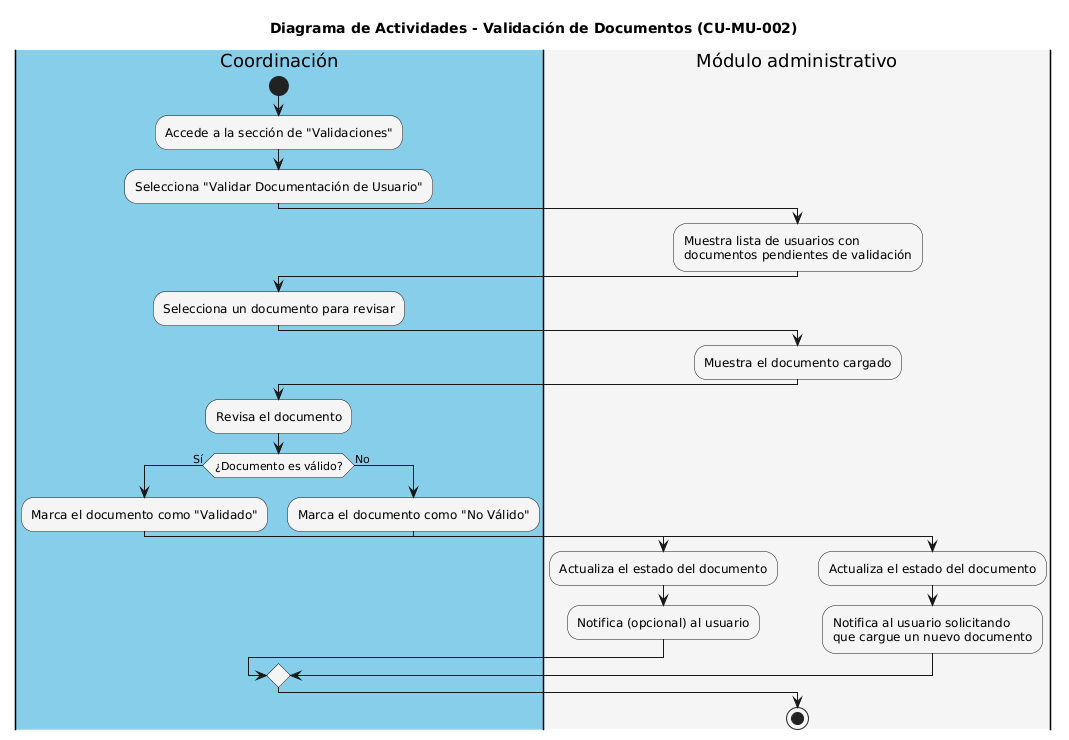
Above: img/CU-MU-002_Validacion_Documentos.png in iKinoo/baby-salesforce-admin-module (PlantUML), before the change.
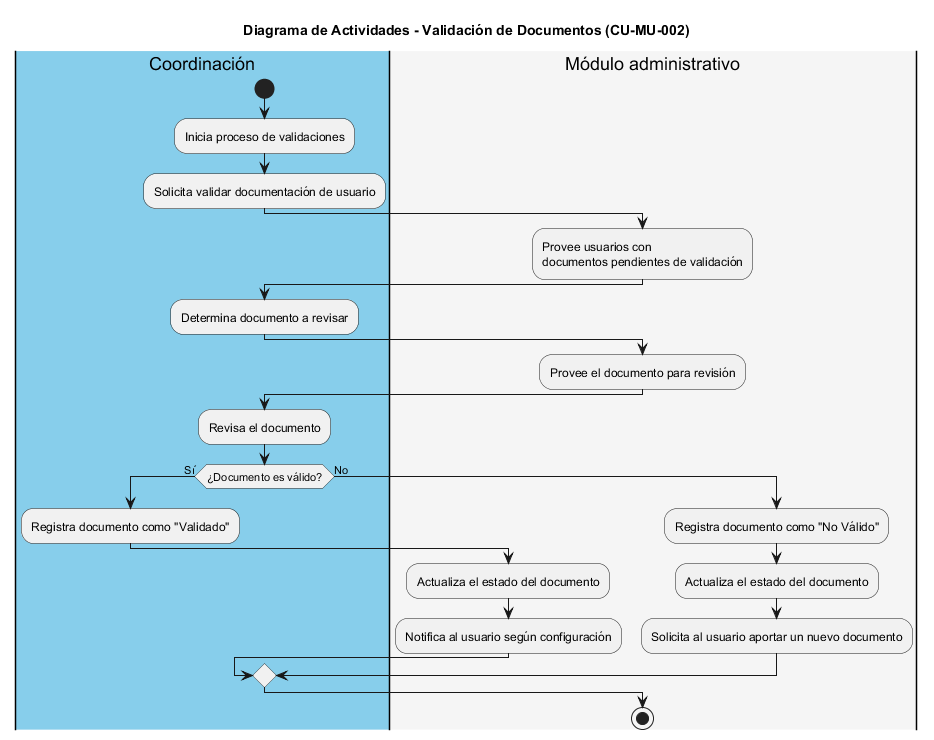
Above is the later version.

Change to the diagram source:
```diff
@@ -1,35 +1,33 @@
-@startuml
+@startuml CU-MU-002_Validacion_Documentos
 title Diagrama de Actividades - Validación de Documentos (CU-MU-002)
 
 |#skyblue|Coordinación|
 start
-:Accede a la sección de "Validaciones";
-:Selecciona "Validar Documentación de Usuario";
+:Inicia proceso de validaciones;
+:Solicita validar documentación de usuario;
 
 |#whitesmoke|Módulo administrativo|
-:Muestra lista de usuarios con
+:Provee usuarios con
 documentos pendientes de validación;
 
 |#skyblue|Coordinación|
-:Selecciona un documento para revisar;
+:Determina documento a revisar;
 
 |#whitesmoke|Módulo administrativo|
-:Muestra el documento cargado;
+:Provee el documento para revisión;
 
 |#skyblue|Coordinación|
 :Revisa el documento;
 if (¿Documento es válido?) then (Sí)
-  :Marca el documento como "Validado";
+  :Registra documento como "Validado";
   |#whitesmoke|Módulo administrativo|
   :Actualiza el estado del documento;
-  :Notifica (opcional) al usuario;
+  :Notifica al usuario según configuración;
 else (No)
-  |#skyblue|Coordinación|
-  :Marca el documento como "No Válido";
+  :Registra documento como "No Válido";
   |#whitesmoke|Módulo administrativo|
   :Actualiza el estado del documento;
-  :Notifica al usuario solicitando
-  que cargue un nuevo documento;
+  :Solicita al usuario aportar un nuevo documento;
 endif
 stop
 @enduml
```
